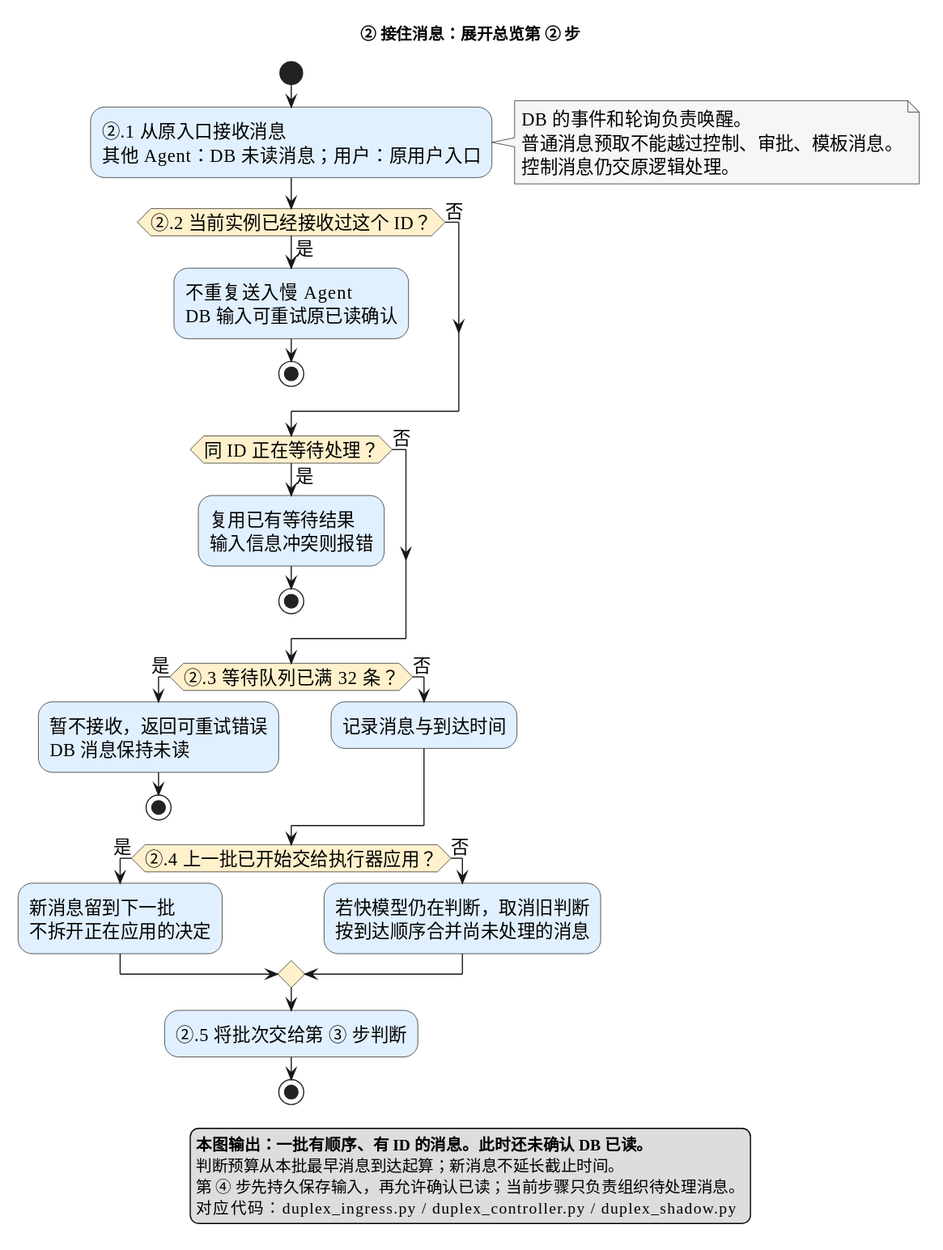
zuiho-kai/jiuwenswarm keeps this PlantUML diagram as docs/diagrams/duplex-detail-02-intake.svg. Above is the earlier version.
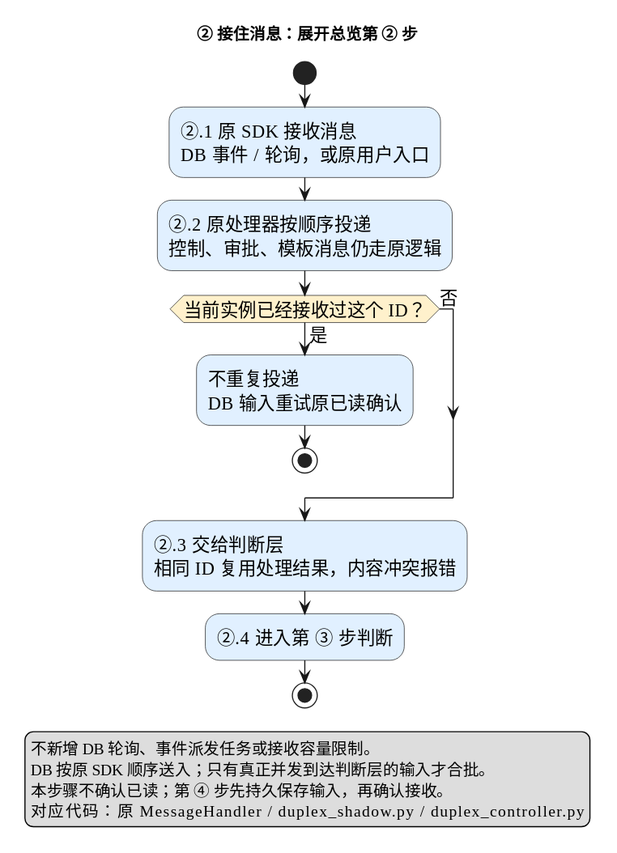
After the commit.

The edit, as a diff of the source:
```diff
@@ -7,39 +7,24 @@
 skinparam activityDiamondBackgroundColor #FFF1CC
 skinparam noteBackgroundColor #F5F6F8
 start
-:②.1 从原入口接收消息\n其他 Agent：DB 未读消息；用户：原用户入口;
-note right
-  DB 的事件和轮询负责唤醒。
-  普通消息预取不能越过控制、审批、模板消息。
-  控制消息仍交原逻辑处理。
-end note
-if (②.2 当前实例已经接收过这个 ID？) then (是)
-  :不重复送入慢 Agent\nDB 输入可重试原已读确认;
+:②.1 原 SDK 接收消息
+DB 事件 / 轮询，或原用户入口;
+:②.2 原处理器按顺序投递
+控制、审批、模板消息仍走原逻辑;
+if (当前实例已经接收过这个 ID？) then (是)
+  :不重复投递
+DB 输入重试原已读确认;
   stop
 else (否)
 endif
-if (同 ID 正在等待处理？) then (是)
-  :复用已有等待结果\n输入信息冲突则报错;
-  stop
-else (否)
-endif
-if (②.3 等待队列已满 32 条？) then (是)
-  :暂不接收，返回可重试错误\nDB 消息保持未读;
-  stop
-else (否)
-  :记录消息与到达时间;
-endif
-if (②.4 上一批已开始交给执行器应用？) then (是)
-  :新消息留到下一批\n不拆开正在应用的决定;
-else (否)
-  :若快模型仍在判断，取消旧判断\n按到达顺序合并尚未处理的消息;
-endif
-:②.5 将批次交给第 ③ 步判断;
+:②.3 交给判断层
+相同 ID 复用处理结果，内容冲突报错;
+:②.4 进入第 ③ 步判断;
 stop
 legend bottom
-  **本图输出：一批有顺序、有 ID 的消息。此时还未确认 DB 已读。**
-  判断预算从本批最早消息到达起算；新消息不延长截止时间。
-  第 ④ 步先持久保存输入，再允许确认已读；当前步骤只负责组织待处理消息。
-  对应代码：duplex_ingress.py / duplex_controller.py / duplex_shadow.py
+  不新增 DB 轮询、事件派发任务或接收容量限制。
+  DB 按原 SDK 顺序送入；只有真正并发到达判断层的输入才合批。
+  本步骤不确认已读；第 ④ 步先持久保存输入，再确认接收。
+  对应代码：原 MessageHandler / duplex_shadow.py / duplex_controller.py
 endlegend
 @enduml
```
